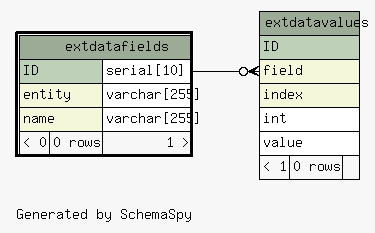
Above: diagrams/extdatafields.1degree.png in zeyosinc/zeyos-schema (Graphviz), before the change. Its source is kept beside it as diagrams/extdatafields.1degree.dot. The source it was exported from:
```dot
digraph "oneDegreeRelationshipsDiagram" {
  graph [
    rankdir="RL"
    bgcolor="#f7f7f7"
    label="\nGenerated by SchemaSpy"
    labeljust="l"
    nodesep="0.18"
    ranksep="0.46"
    fontname="Helvetica"
    fontsize="11"
  ];
  node [
    fontname="Helvetica"
    fontsize="11"
    shape="plaintext"
  ];
  edge [
    arrowsize="0.8"
  ];
  "extdatavalues":"field":w -> "extdatafields":"ID.type":e [arrowhead=none dir=back arrowtail=crowodot];
  "extdatafields" [
    label=<
    <TABLE BORDER="2" CELLBORDER="1" CELLSPACING="0" BGCOLOR="#ffffff">
      <TR><TD COLSPAN="3" BGCOLOR="#9bab96" ALIGN="CENTER">extdatafields</TD></TR>
      <TR><TD PORT="ID" COLSPAN="2" BGCOLOR="#bed1b8" ALIGN="LEFT">ID</TD><TD PORT="ID.type" ALIGN="LEFT">serial[10]</TD></TR>
      <TR><TD PORT="entity" COLSPAN="2" BGCOLOR="#f4f7da" ALIGN="LEFT">entity</TD><TD PORT="entity.type" ALIGN="LEFT">varchar[255]</TD></TR>
      <TR><TD PORT="name" COLSPAN="2" BGCOLOR="#f4f7da" ALIGN="LEFT">name</TD><TD PORT="name.type" ALIGN="LEFT">varchar[255]</TD></TR>
      <TR><TD ALIGN="LEFT" BGCOLOR="#f7f7f7">&lt; 0</TD><TD ALIGN="RIGHT" BGCOLOR="#f7f7f7">0 rows</TD><TD ALIGN="RIGHT" BGCOLOR="#f7f7f7">1 &gt;</TD></TR>
    </TABLE>>
    URL="extdatafields.html"
    tooltip="extdatafields"
  ];
  "extdatavalues" [
    label=<
    <TABLE BORDER="0" CELLBORDER="1" CELLSPACING="0" BGCOLOR="#ffffff">
      <TR><TD COLSPAN="3" BGCOLOR="#9bab96" ALIGN="CENTER">extdatavalues</TD></TR>
      <TR><TD PORT="ID" COLSPAN="3" BGCOLOR="#bed1b8" ALIGN="LEFT">ID</TD></TR>
      <TR><TD PORT="field" COLSPAN="3" BGCOLOR="#f4f7da" ALIGN="LEFT">field</TD></TR>
      <TR><TD PORT="index" COLSPAN="3" BGCOLOR="#f4f7da" ALIGN="LEFT">index</TD></TR>
      <TR><TD PORT="int" COLSPAN="3" ALIGN="LEFT">int</TD></TR>
      <TR><TD PORT="value" COLSPAN="3" ALIGN="LEFT">value</TD></TR>
      <TR><TD ALIGN="LEFT" BGCOLOR="#f7f7f7">&lt; 1</TD><TD ALIGN="RIGHT" BGCOLOR="#f7f7f7">0 rows</TD><TD ALIGN="RIGHT" BGCOLOR="#f7f7f7">  </TD></TR>
    </TABLE>>
    URL="extdatavalues.html"
    tooltip="extdatavalues"
  ];
}
```
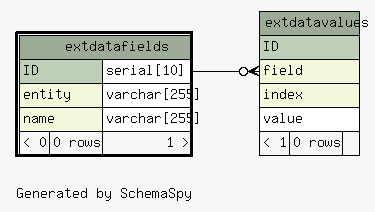
The same diagram one commit later.

Change to the diagram source:
```diff
@@ -37,7 +37,6 @@
       <TR><TD PORT="ID" COLSPAN="3" BGCOLOR="#bed1b8" ALIGN="LEFT">ID</TD></TR>
       <TR><TD PORT="field" COLSPAN="3" BGCOLOR="#f4f7da" ALIGN="LEFT">field</TD></TR>
       <TR><TD PORT="index" COLSPAN="3" BGCOLOR="#f4f7da" ALIGN="LEFT">index</TD></TR>
-      <TR><TD PORT="int" COLSPAN="3" ALIGN="LEFT">int</TD></TR>
       <TR><TD PORT="value" COLSPAN="3" ALIGN="LEFT">value</TD></TR>
       <TR><TD ALIGN="LEFT" BGCOLOR="#f7f7f7">&lt; 1</TD><TD ALIGN="RIGHT" BGCOLOR="#f7f7f7">0 rows</TD><TD ALIGN="RIGHT" BGCOLOR="#f7f7f7">  </TD></TR>
     </TABLE>>
```
